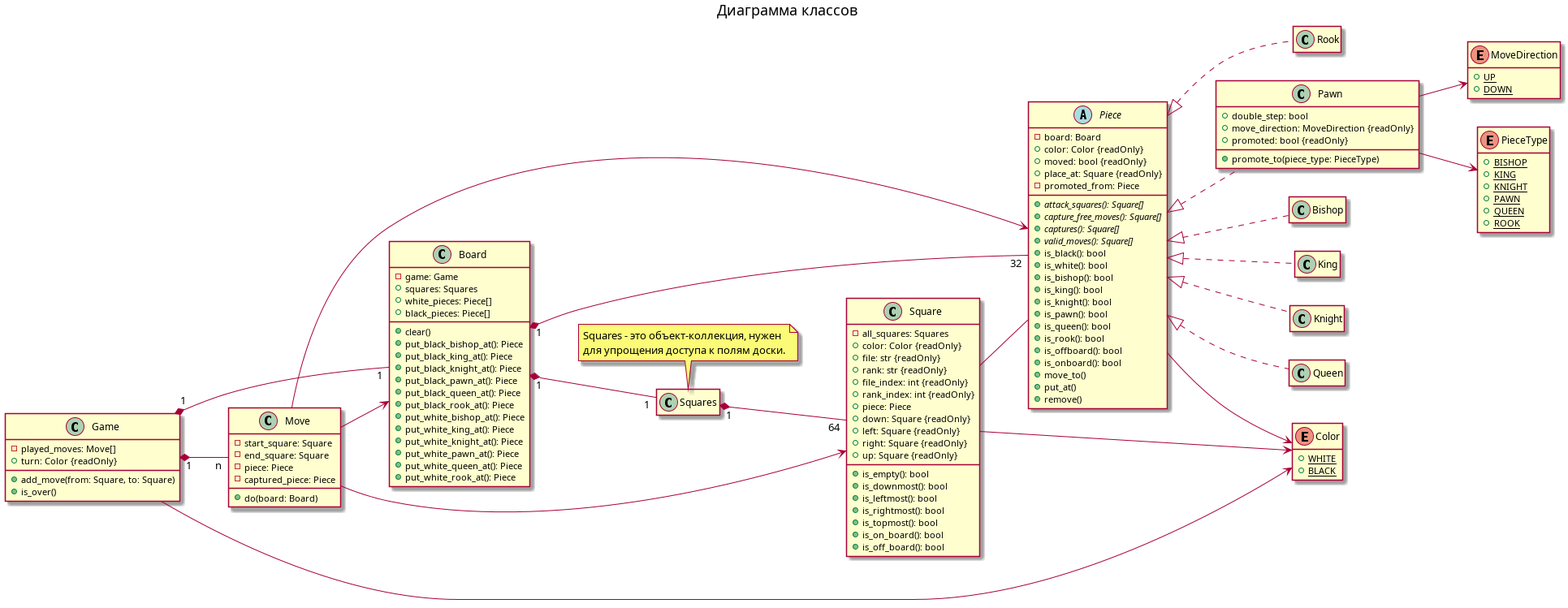
jaeshaed/531-chess keeps this PlantUML diagram as docs/chess.png. Above is the earlier version. Its source is kept beside it as docs/chess.puml.
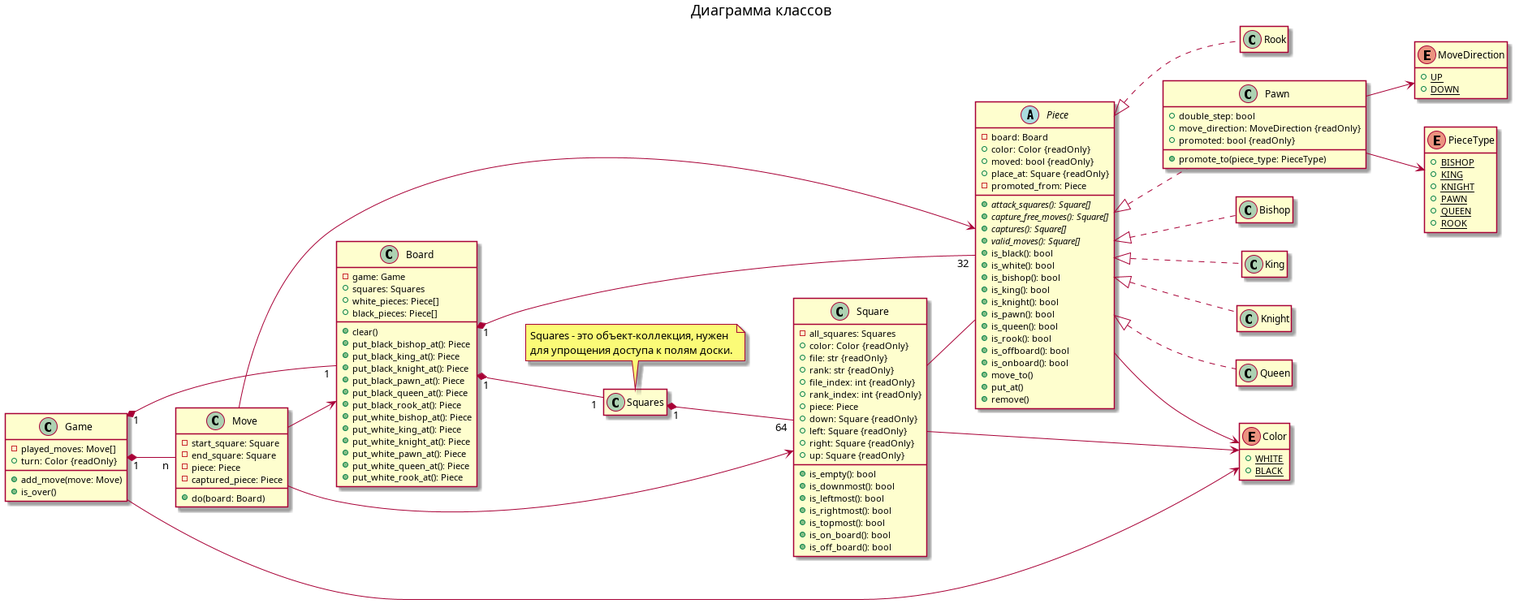
After the commit.

Commit message:
Скорректировал диаграмму классов.

The edit, as a diff of the source:
```diff
@@ -38,7 +38,7 @@
 class Game {
   -played_moves: Move[]
   +turn: Color {readOnly}
-  +add_move(from: Square, to: Square)
+  +add_move(move: Move)
   +is_over()
 }
 Game --> Color
```
